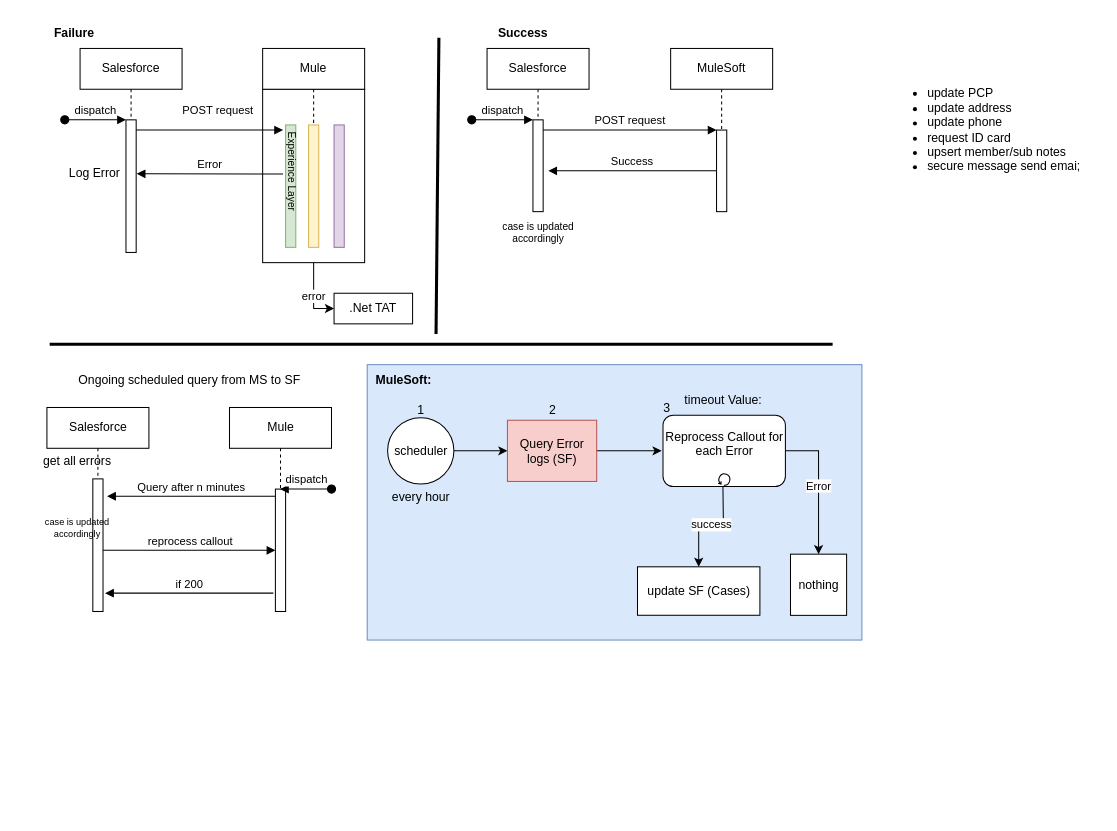
Above: errorLog.drawio in payam-e/diagrams (draw.io), before the change. Source tidied: cells renumbered, new cells numbered last; positions are measured from the earlier drawing's top-left corner, leaving out a move shared by most shapes. Both pictures are drawn from the tidied source at 102%, with x=0, y=0 at pixel (30, 17).
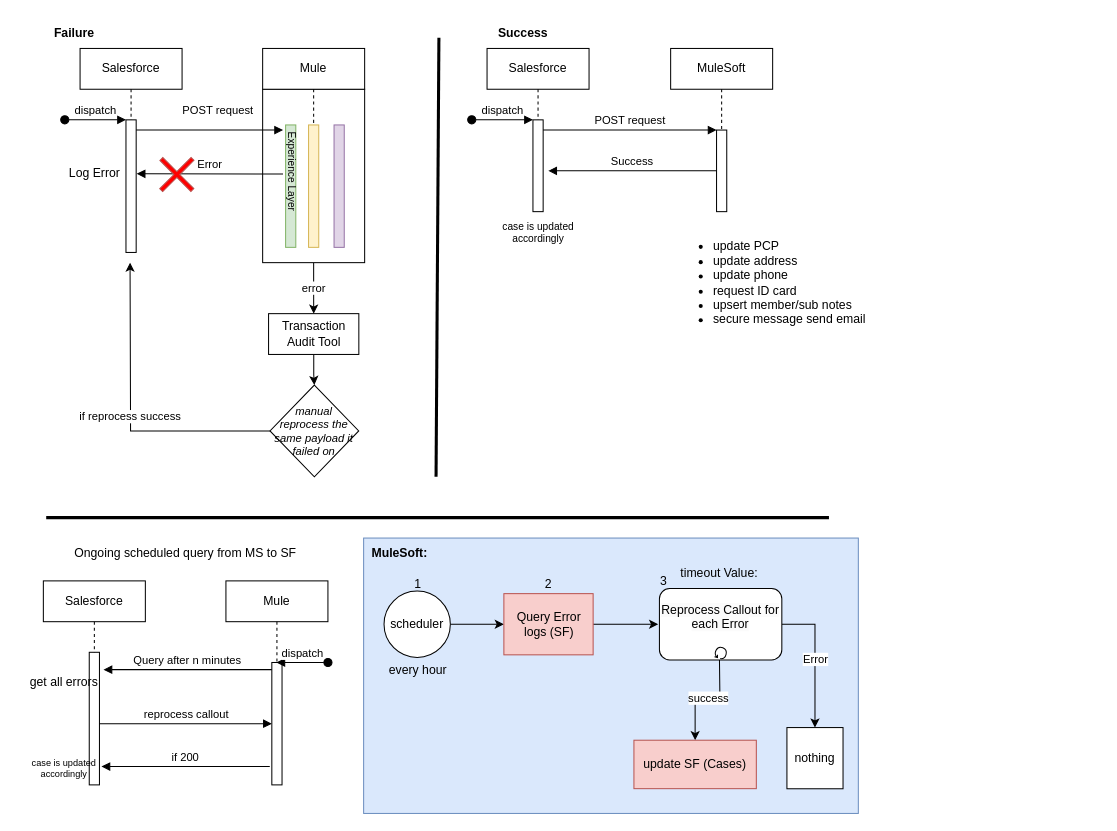
The same page after the edit.

The change refers to these unchanged cells:
```xml
<mxCell id="3" style="rounded=0;whiteSpace=wrap;html=1;" parent="1" vertex="1">
  <mxGeometry x="228" y="70" width="100" height="170" as="geometry" />
</mxCell>
```

Diff of the diagram source:
```diff
@@
-    <mxCell id="2" value="error" style="edgeStyle=orthogonalEdgeStyle;rounded=0;jettySize=auto;html=1;entryX=0;entryY=0.5;entryDx=0;entryDy=0;" parent="1" edge="1" source="3" target="53">
+    <mxCell id="2" value="error" style="edgeStyle=orthogonalEdgeStyle;rounded=0;jettySize=auto;html=1;entryX=0.5;entryY=0;entryDx=0;entryDy=0;" parent="1" edge="1" source="3" target="53">
       <mxGeometry relative="1" as="geometry" />
     </mxCell>
@@
     <mxCell id="4" style="rounded=0;whiteSpace=wrap;html=1;fillColor=#dae8fc;strokeColor=#6c8ebf;" parent="1" vertex="1">
-      <mxGeometry x="330.5" y="340" width="485" height="270" as="geometry" />
+      <mxGeometry x="327" y="510" width="485" height="270" as="geometry" />
     </mxCell>
@@
-    <mxCell id="14" value="&lt;ul&gt;&lt;li&gt;update PCP&lt;/li&gt;&lt;li&gt;update address&lt;/li&gt;&lt;li&gt;update phone&lt;/li&gt;&lt;li&gt;request ID card&lt;/li&gt;&lt;li&gt;upsert member/sub notes&lt;/li&gt;&lt;li&gt;secure message send emai;&lt;/li&gt;&lt;/ul&gt;" style="text;html=1;align=left;verticalAlign=middle;strokeColor=none;fillColor=none;" parent="1" vertex="1">
-      <mxGeometry x="838" y="50" width="210" height="120" as="geometry" />
+    <mxCell id="14" value="&lt;ul&gt;&lt;li&gt;update PCP&lt;/li&gt;&lt;li&gt;update address&lt;/li&gt;&lt;li&gt;update phone&lt;/li&gt;&lt;li&gt;request ID card&lt;/li&gt;&lt;li&gt;upsert member/sub notes&lt;/li&gt;&lt;li&gt;secure message send email&lt;/li&gt;&lt;/ul&gt;" style="text;html=1;align=left;verticalAlign=middle;strokeColor=none;fillColor=none;" parent="1" vertex="1">
+      <mxGeometry x="628" y="200" width="210" height="120" as="geometry" />
     </mxCell>
@@
     <mxCell id="16" value="Salesforce" style="shape=umlLifeline;perimeter=lifelinePerimeter;whiteSpace=wrap;html=1;newEdgeStyle={&quot;edgeStyle&quot;:&quot;elbowEdgeStyle&quot;,&quot;elbow&quot;:&quot;vertical&quot;,&quot;curved&quot;:0,&quot;rounded&quot;:0};" parent="1" vertex="1">
-      <mxGeometry x="16.5" y="382" width="100" height="200" as="geometry" />
+      <mxGeometry x="13" y="552" width="100" height="200" as="geometry" />
     </mxCell>
@@
     <mxCell id="18" value="Mule" style="shape=umlLifeline;perimeter=lifelinePerimeter;whiteSpace=wrap;html=1;outlineConnect=0;portConstraint=eastwest;newEdgeStyle={&quot;edgeStyle&quot;:&quot;elbowEdgeStyle&quot;,&quot;elbow&quot;:&quot;vertical&quot;,&quot;curved&quot;:0,&quot;rounded&quot;:0};" parent="1" vertex="1">
-      <mxGeometry x="195.5" y="382" width="100" height="200" as="geometry" />
+      <mxGeometry x="192" y="552" width="100" height="200" as="geometry" />
     </mxCell>
@@
     <mxCell id="20" value="reprocess callout" style="html=1;verticalAlign=bottom;endArrow=block;edgeStyle=elbowEdgeStyle;elbow=vertical;curved=0;rounded=0;" parent="1" edge="1">
       <mxGeometry relative="1" as="geometry">
-        <mxPoint x="71.5" y="522" as="sourcePoint" />
-        <mxPoint x="240.5" y="522" as="targetPoint" />
+        <mxPoint x="68" y="692" as="sourcePoint" />
+        <mxPoint x="237" y="692" as="targetPoint" />
         <Array as="points">
-          <mxPoint x="155.5" y="522" />
+          <mxPoint x="152" y="692" />
         </Array>
       </mxGeometry>
     </mxCell>
     <mxCell id="21" value="Query after n minutes" style="html=1;verticalAlign=bottom;endArrow=block;edgeStyle=elbowEdgeStyle;elbow=vertical;curved=0;rounded=0;" parent="1" edge="1">
       <mxGeometry relative="1" as="geometry">
-        <mxPoint x="240.5" y="469" as="sourcePoint" />
-        <mxPoint x="75.5" y="469" as="targetPoint" />
+        <mxPoint x="237" y="639" as="sourcePoint" />
+        <mxPoint x="72" y="639" as="targetPoint" />
         <Array as="points">
-          <mxPoint x="165.5" y="469" />
+          <mxPoint x="162" y="639" />
         </Array>
       </mxGeometry>
     </mxCell>
     <mxCell id="22" value="get all errors" style="text;html=1;align=center;verticalAlign=middle;strokeColor=none;fillColor=none;" parent="1" vertex="1">
-      <mxGeometry x="0.5" y="420" width="90" height="30" as="geometry" />
+      <mxGeometry x="-12" y="637" width="90" height="30" as="geometry" />
     </mxCell>
     <mxCell id="23" value="dispatch" style="html=1;verticalAlign=bottom;startArrow=oval;endArrow=block;startSize=8;edgeStyle=elbowEdgeStyle;elbow=vertical;curved=0;rounded=0;" parent="1" edge="1" target="18">
       <mxGeometry relative="1" as="geometry">
-        <mxPoint x="295.5" y="462" as="sourcePoint" />
+        <mxPoint x="292" y="632" as="sourcePoint" />
       </mxGeometry>
     </mxCell>
     <mxCell id="24" value="if 200" style="html=1;verticalAlign=bottom;endArrow=block;edgeStyle=elbowEdgeStyle;elbow=vertical;curved=0;rounded=0;" parent="1" edge="1">
       <mxGeometry relative="1" as="geometry">
-        <mxPoint x="238.5" y="564" as="sourcePoint" />
-        <mxPoint x="73.5" y="564" as="targetPoint" />
+        <mxPoint x="235" y="734" as="sourcePoint" />
+        <mxPoint x="70" y="734" as="targetPoint" />
         <Array as="points">
-          <mxPoint x="163.5" y="564" />
+          <mxPoint x="160" y="734" />
         </Array>
       </mxGeometry>
     </mxCell>
     <mxCell id="25" value="case is updated&lt;div style=&quot;font-size: 9px;&quot;&gt;accordingly&lt;/div&gt;" style="text;html=1;align=center;verticalAlign=middle;strokeColor=none;fillColor=none;fontSize=9;" parent="1" vertex="1">
-      <mxGeometry x="0.5" y="480" width="90" height="40" as="geometry" />
+      <mxGeometry x="-12" y="715.8" width="90" height="40" as="geometry" />
     </mxCell>
     <mxCell id="26" value="Ongoing scheduled query from MS to SF" style="text;html=1;align=center;verticalAlign=middle;strokeColor=none;fillColor=none;" parent="1" vertex="1">
-      <mxGeometry x="35.5" y="340" width="240" height="30" as="geometry" />
+      <mxGeometry x="32" y="510" width="240" height="30" as="geometry" />
     </mxCell>
@@
     <mxCell id="28" value="scheduler" style="ellipse;whiteSpace=wrap;html=1;" parent="1" vertex="1">
-      <mxGeometry x="350.5" y="392" width="65" height="65" as="geometry" />
+      <mxGeometry x="347" y="562" width="65" height="65" as="geometry" />
     </mxCell>
     <mxCell id="29" style="edgeStyle=orthogonalEdgeStyle;rounded=0;jettySize=auto;html=1;" parent="1" edge="1" source="30">
       <mxGeometry relative="1" as="geometry">
-        <mxPoint x="619.2" y="424.5" as="targetPoint" />
+        <mxPoint x="615.8" y="594.5" as="targetPoint" />
       </mxGeometry>
     </mxCell>
     <mxCell id="30" value="Query Error logs (SF)" style="whiteSpace=wrap;html=1;fillColor=#f8cecc;strokeColor=#b85450;" parent="1" vertex="1">
-      <mxGeometry x="468" y="394.5" width="87.5" height="60" as="geometry" />
+      <mxGeometry x="464.5" y="564.5" width="87.5" height="60" as="geometry" />
     </mxCell>
     <mxCell id="31" value="success" style="edgeStyle=orthogonalEdgeStyle;rounded=0;jettySize=auto;html=1;" parent="1" edge="1" target="33">
       <mxGeometry relative="1" as="geometry">
-        <mxPoint x="679.2" y="454.5" as="sourcePoint" />
+        <mxPoint x="675.8" y="624.5" as="sourcePoint" />
       </mxGeometry>
     </mxCell>
     <mxCell id="32" value="MuleSoft:" style="text;html=1;align=center;verticalAlign=middle;strokeColor=none;fillColor=none;fontStyle=1;" parent="1" vertex="1">
-      <mxGeometry x="330.5" y="340" width="70" height="30" as="geometry" />
+      <mxGeometry x="327" y="510" width="70" height="30" as="geometry" />
     </mxCell>
-    <mxCell id="33" value="update SF (Cases)" style="whiteSpace=wrap;html=1;" parent="1" vertex="1">
-      <mxGeometry x="595.5" y="538.2" width="120" height="47.5" as="geometry" />
+    <mxCell id="33" value="update SF (Cases)" style="whiteSpace=wrap;html=1;fillColor=#f8cecc;strokeColor=#b85450;" parent="1" vertex="1">
+      <mxGeometry x="592" y="708.2" width="120" height="47.5" as="geometry" />
     </mxCell>
@@
     <mxCell id="35" value="&#10;&lt;span style=&quot;color: rgb(0, 0, 0); font-family: Helvetica; font-size: 12px; font-style: normal; font-variant-ligatures: normal; font-variant-caps: normal; font-weight: 400; letter-spacing: normal; orphans: 2; text-align: center; text-indent: 0px; text-transform: none; widows: 2; word-spacing: 0px; -webkit-text-stroke-width: 0px; white-space: normal; background-color: rgb(251, 251, 251); text-decoration-thickness: initial; text-decoration-style: initial; text-decoration-color: initial; display: inline !important; float: none;&quot;&gt;Reprocess Callout for each Error&lt;/span&gt;&#10;&#10;" style="points=[[0.25,0,0],[0.5,0,0],[0.75,0,0],[1,0.25,0],[1,0.5,0],[1,0.75,0],[0.75,1,0],[0.5,1,0],[0.25,1,0],[0,0.75,0],[0,0.5,0],[0,0.25,0]];shape=mxgraph.bpmn.task;whiteSpace=wrap;rectStyle=rounded;size=10;html=1;taskMarker=abstract;isLoopStandard=1;" parent="1" vertex="1">
-      <mxGeometry x="620.5" y="389.5" width="120" height="70" as="geometry" />
+      <mxGeometry x="617" y="559.5" width="120" height="70" as="geometry" />
     </mxCell>
     <mxCell id="36" value="nothing" style="whiteSpace=wrap;html=1;" parent="1" vertex="1">
-      <mxGeometry x="745.5" y="525.8" width="55" height="60" as="geometry" />
+      <mxGeometry x="742" y="695.8" width="55" height="60" as="geometry" />
     </mxCell>
     <mxCell id="37" value="every hour" style="text;html=1;align=center;verticalAlign=middle;strokeColor=none;fillColor=none;" parent="1" vertex="1">
-      <mxGeometry x="343" y="454.5" width="80" height="30" as="geometry" />
+      <mxGeometry x="339.5" y="624.5" width="80" height="30" as="geometry" />
     </mxCell>
     <mxCell id="38" value="1" style="text;html=1;align=center;verticalAlign=middle;strokeColor=none;fillColor=none;" parent="1" vertex="1">
-      <mxGeometry x="368" y="370" width="30" height="30" as="geometry" />
+      <mxGeometry x="364.5" y="540" width="30" height="30" as="geometry" />
     </mxCell>
     <mxCell id="39" value="2" style="text;html=1;align=center;verticalAlign=middle;strokeColor=none;fillColor=none;" parent="1" vertex="1">
-      <mxGeometry x="496.8" y="370" width="30" height="30" as="geometry" />
+      <mxGeometry x="493.2" y="540" width="30" height="30" as="geometry" />
     </mxCell>
     <mxCell id="40" value="3" style="text;html=1;align=center;verticalAlign=middle;strokeColor=none;fillColor=none;" parent="1" vertex="1">
-      <mxGeometry x="609" y="368" width="30" height="30" as="geometry" />
+      <mxGeometry x="605.5" y="538" width="30" height="30" as="geometry" />
     </mxCell>
@@
     <mxCell id="51" style="endArrow=none;html=1;rounded=0;strokeWidth=3;" parent="1" edge="1">
       <mxGeometry relative="1" as="geometry">
-        <mxPoint x="19.2" y="320" as="sourcePoint" />
-        <mxPoint x="786.8" y="320" as="targetPoint" />
+        <mxPoint x="15.8" y="490" as="sourcePoint" />
+        <mxPoint x="783.2" y="490" as="targetPoint" />
       </mxGeometry>
     </mxCell>
     <mxCell id="52" value="timeout Value:&amp;nbsp;" style="text;html=1;align=center;verticalAlign=middle;strokeColor=none;fillColor=none;" parent="1" vertex="1">
-      <mxGeometry x="630.5" y="359.5" width="100" height="30" as="geometry" />
+      <mxGeometry x="627" y="529.5" width="100" height="30" as="geometry" />
     </mxCell>
+    <mxCell id="55" style="edgeStyle=orthogonalEdgeStyle;rounded=0;jettySize=auto;html=1;entryX=0.5;entryY=0;entryDx=0;entryDy=0;" parent="1" edge="1" source="53" target="57">
+      <mxGeometry relative="1" as="geometry" />
+    </mxCell>
-    <mxCell id="53" value=".Net TAT" style="rounded=0;whiteSpace=wrap;html=1;" parent="1" vertex="1">
-      <mxGeometry x="298" y="270" width="77" height="30" as="geometry" />
+    <mxCell id="53" value="Transaction Audit Tool" style="rounded=0;whiteSpace=wrap;html=1;" parent="1" vertex="1">
+      <mxGeometry x="233.8" y="290" width="88.5" height="40" as="geometry" />
     </mxCell>
     <mxCell id="54" style="endArrow=none;html=1;rounded=0;strokeWidth=3;" parent="1" edge="1">
       <mxGeometry relative="1" as="geometry">
         <mxPoint x="400.8" y="19.6" as="sourcePoint" />
-        <mxPoint x="398" y="310" as="targetPoint" />
+        <mxPoint x="398" y="450" as="targetPoint" />
       </mxGeometry>
     </mxCell>
+    <mxCell id="56" value="if reprocess success" style="edgeStyle=orthogonalEdgeStyle;rounded=0;jettySize=auto;html=1;" parent="1" edge="1" source="57">
+      <mxGeometry relative="1" as="geometry">
+        <mxPoint x="98" y="240" as="targetPoint" />
+      </mxGeometry>
+    </mxCell>
+    <mxCell id="57" value="&lt;i style=&quot;font-size: 11px;&quot;&gt;&lt;font style=&quot;font-size: 11px;&quot;&gt;manual&lt;/font&gt;&lt;/i&gt;&lt;div style=&quot;font-size: 11px;&quot;&gt;&lt;i&gt;&lt;font style=&quot;font-size: 11px;&quot;&gt;reprocess the same payload it failed on&lt;/font&gt;&lt;/i&gt;&lt;/div&gt;" style="rhombus;whiteSpace=wrap;html=1;" parent="1" vertex="1">
+      <mxGeometry x="235.2" y="360" width="87" height="90" as="geometry" />
+    </mxCell>
+    <mxCell id="58" style="shape=cross;whiteSpace=wrap;html=1;fillColor=#FF0000;strokeColor=#b85450;rotation=-45;fontColor=#FF0000;size=0.09395658700509228;" parent="1" vertex="1">
+      <mxGeometry x="122.2" y="132.1" width="43.4" height="43" as="geometry" />
+    </mxCell>
```
